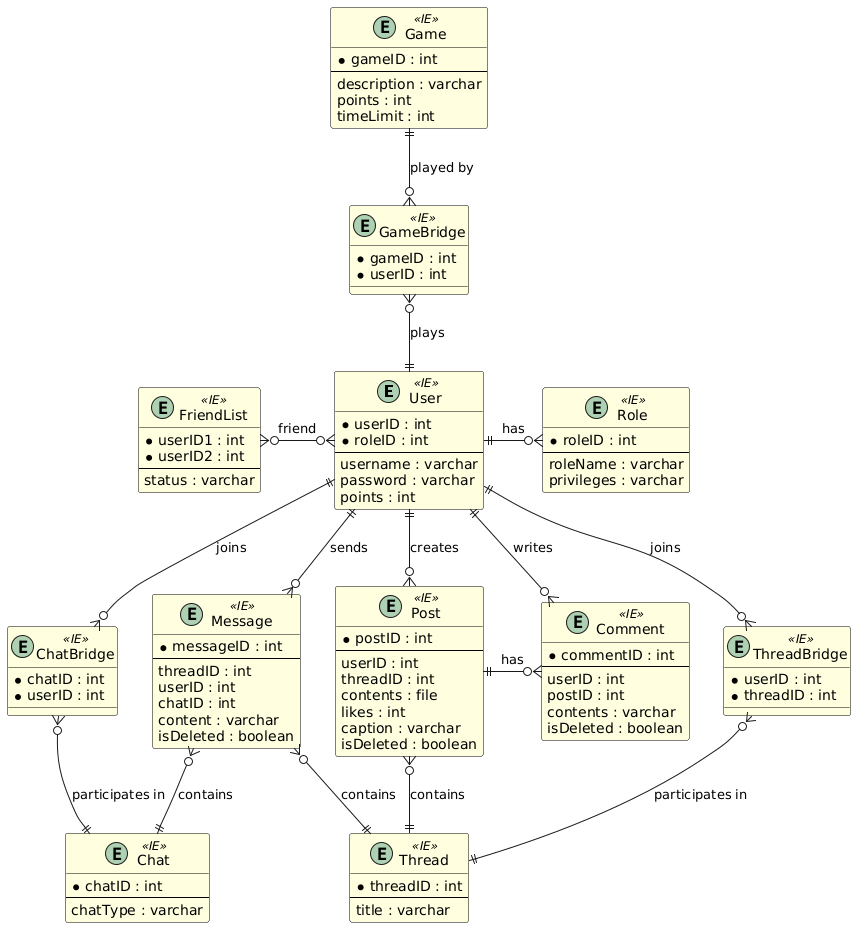
This is Project/Documentation/ERD/ERD.png from AbSharum/CodeTogether, a PlantUML export, as it was before one commit.
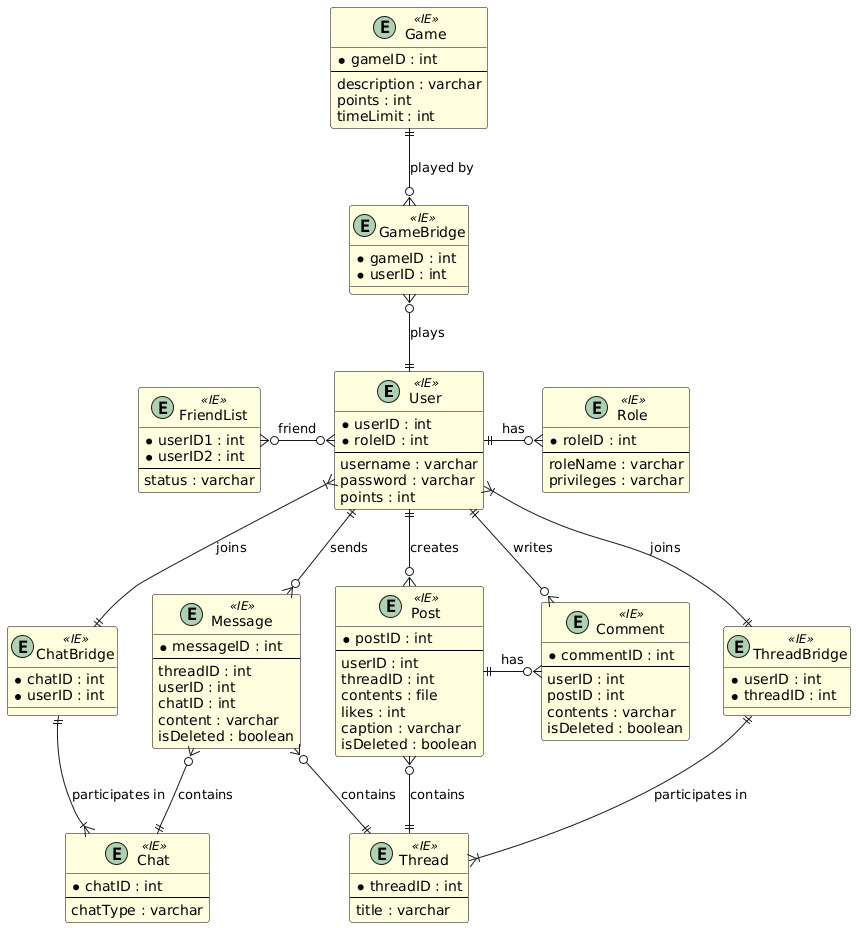
The same file after the commit.

Commit message:
update ERD uml

What changed in the source:
```diff
@@ -97,12 +97,12 @@
 User ||--o{ Post : "creates"
 User ||-left-o{ Comment : "writes"
 User ||--o{ Message : "sends"
-User ||-down-o{ ThreadBridge : "joins"
-User ||--o{ ChatBridge : "joins"
+User }|-down-|| ThreadBridge : "joins"
+User }|--|| ChatBridge : "joins"
 User ||-up-o{ GameBridge : "plays"
 
-ChatBridge }o-down-|| Chat : "participates in"
-ThreadBridge }o--|| Thread : "participates in"
+ChatBridge ||-down-|{ Chat : "participates in"
+ThreadBridge ||--|{ Thread : "participates in"
 Thread ||-up-o{ Message : "contains"
 Thread ||-up-o{ Post : "contains"
 Post ||-right-o{ Comment : "has"
```
